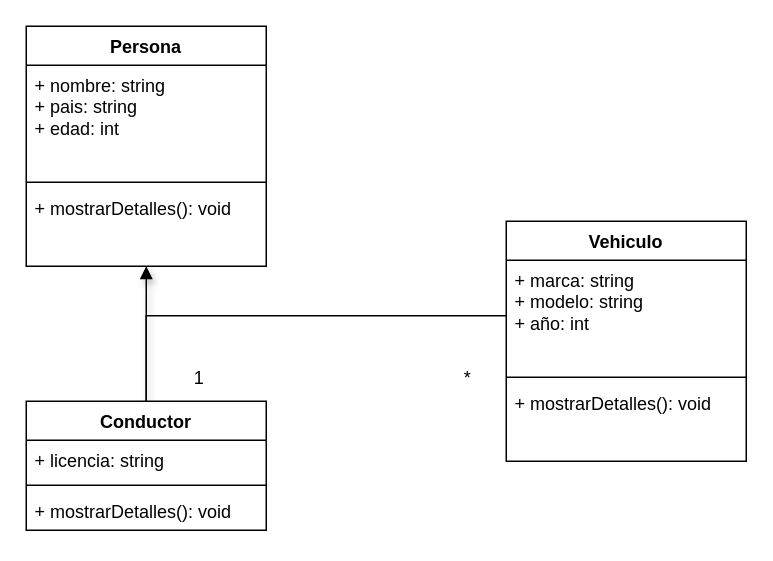
AC-Cucu/midu_react keeps this draw.io diagram as 3era_Eva/EntornosDesarrollo/UML/03_conductor/Conductor.drawio. Above is the earlier version. Source tidied: cells renumbered, new cells numbered last; positions are measured from the earlier drawing's top-left corner, leaving out a move shared by most shapes. Both pictures are drawn from the tidied source at 150%, with x=0, y=0 at pixel (26, 26).
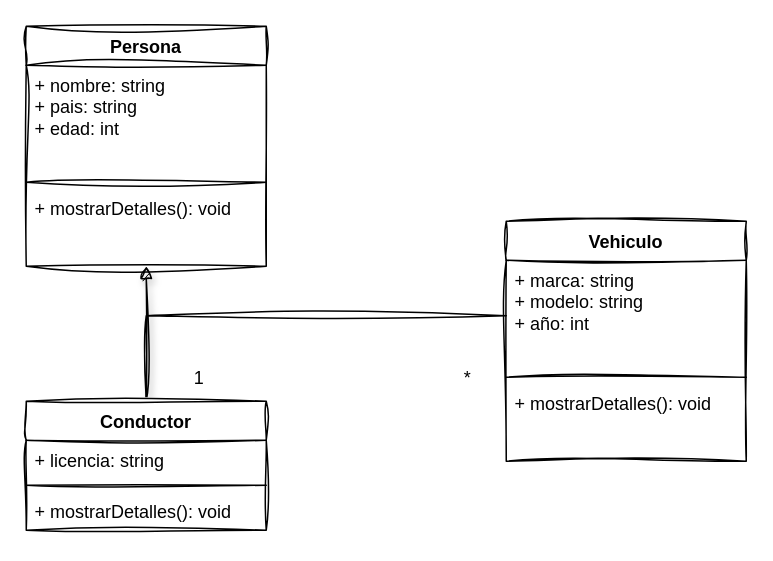
The same diagram, later.

Commit message (it also covers changes not shown here):
ED - UML - Representación en código del diagrama de clases;

What changed in the source:
```diff
@@
 <mxGraphModel>
   <root>
     <mxCell id="0" />
     <mxCell id="1" parent="0" />
-    <mxCell id="2" value="Persona" style="swimlane;fontStyle=1;align=center;verticalAlign=top;horizontal=1;startSize=26;whiteSpace=wrap;html=1;" parent="1" vertex="1">
+    <mxCell id="2" value="Persona" style="swimlane;fontStyle=1;align=center;verticalAlign=top;horizontal=1;startSize=26;whiteSpace=wrap;html=1;sketch=1;curveFitting=1;jiggle=2;" parent="1" vertex="1">
       <mxGeometry width="160" height="160" as="geometry" />
     </mxCell>
-    <mxCell id="3" value="+ nombre: string&lt;div&gt;+ pais: string&lt;/div&gt;&lt;div&gt;+ edad: int&lt;/div&gt;" style="text;strokeColor=none;fillColor=none;align=left;verticalAlign=top;spacingLeft=4;spacingRight=4;overflow=hidden;whiteSpace=wrap;html=1;" parent="2" vertex="1">
+    <mxCell id="3" value="+ nombre: string&lt;div&gt;+ pais: string&lt;/div&gt;&lt;div&gt;+ edad: int&lt;/div&gt;" style="text;strokeColor=none;fillColor=none;align=left;verticalAlign=top;spacingLeft=4;spacingRight=4;overflow=hidden;whiteSpace=wrap;html=1;sketch=1;curveFitting=1;jiggle=2;" parent="2" vertex="1">
       <mxGeometry y="26" width="160" height="74" as="geometry" />
     </mxCell>
-    <mxCell id="4" style="line;strokeWidth=1;fillColor=none;align=left;verticalAlign=middle;spacingTop=-1;spacingLeft=3;spacingRight=3;labelPosition=right;strokeColor=inherit;" parent="2" vertex="1">
+    <mxCell id="4" style="line;strokeWidth=1;fillColor=none;align=left;verticalAlign=middle;spacingTop=-1;spacingLeft=3;spacingRight=3;labelPosition=right;strokeColor=inherit;sketch=1;curveFitting=1;jiggle=2;" parent="2" vertex="1">
       <mxGeometry y="100" width="160" height="8" as="geometry" />
     </mxCell>
-    <mxCell id="5" value="+ mostrarDetalles(): void" style="text;strokeColor=none;fillColor=none;align=left;verticalAlign=top;spacingLeft=4;spacingRight=4;overflow=hidden;whiteSpace=wrap;html=1;" parent="2" vertex="1">
+    <mxCell id="5" value="+ mostrarDetalles(): void" style="text;strokeColor=none;fillColor=none;align=left;verticalAlign=top;spacingLeft=4;spacingRight=4;overflow=hidden;whiteSpace=wrap;html=1;sketch=1;curveFitting=1;jiggle=2;" parent="2" vertex="1">
       <mxGeometry y="108" width="160" height="52" as="geometry" />
     </mxCell>
-    <mxCell id="6" style="edgeStyle=orthogonalEdgeStyle;rounded=0;jettySize=auto;html=1;exitX=0.5;exitY=0;exitDx=0;exitDy=0;shadow=1;endArrow=block;endFill=1;" parent="1" edge="1" source="8" target="2">
+    <mxCell id="6" style="edgeStyle=orthogonalEdgeStyle;rounded=0;jettySize=auto;html=1;exitX=0.5;exitY=0;exitDx=0;exitDy=0;shadow=1;endArrow=block;endFill=1;sketch=1;curveFitting=1;jiggle=2;" parent="1" edge="1" source="8" target="2">
       <mxGeometry relative="1" as="geometry" />
     </mxCell>
-    <mxCell id="7" style="edgeStyle=orthogonalEdgeStyle;rounded=0;jettySize=auto;html=1;exitX=0.5;exitY=0;exitDx=0;exitDy=0;endArrow=none;startFill=0;" parent="1" edge="1" source="8" target="13">
+    <mxCell id="7" style="edgeStyle=orthogonalEdgeStyle;rounded=0;jettySize=auto;html=1;exitX=0.5;exitY=0;exitDx=0;exitDy=0;endArrow=none;startFill=0;sketch=1;curveFitting=1;jiggle=2;" parent="1" edge="1" source="8" target="13">
       <mxGeometry relative="1" as="geometry" />
     </mxCell>
-    <mxCell id="8" value="Conductor" style="swimlane;fontStyle=1;align=center;verticalAlign=top;horizontal=1;startSize=26;whiteSpace=wrap;html=1;" parent="1" vertex="1">
+    <mxCell id="8" value="Conductor" style="swimlane;fontStyle=1;align=center;verticalAlign=top;horizontal=1;startSize=26;whiteSpace=wrap;html=1;sketch=1;curveFitting=1;jiggle=2;" parent="1" vertex="1">
       <mxGeometry y="250" width="160" height="86" as="geometry" />
     </mxCell>
-    <mxCell id="9" value="+ licencia: string" style="text;strokeColor=none;fillColor=none;align=left;verticalAlign=top;spacingLeft=4;spacingRight=4;overflow=hidden;whiteSpace=wrap;html=1;" parent="8" vertex="1">
+    <mxCell id="9" value="+ licencia: string" style="text;strokeColor=none;fillColor=none;align=left;verticalAlign=top;spacingLeft=4;spacingRight=4;overflow=hidden;whiteSpace=wrap;html=1;sketch=1;curveFitting=1;jiggle=2;" parent="8" vertex="1">
       <mxGeometry y="26" width="160" height="26" as="geometry" />
     </mxCell>
-    <mxCell id="10" style="line;strokeWidth=1;fillColor=none;align=left;verticalAlign=middle;spacingTop=-1;spacingLeft=3;spacingRight=3;labelPosition=right;strokeColor=inherit;" parent="8" vertex="1">
+    <mxCell id="10" style="line;strokeWidth=1;fillColor=none;align=left;verticalAlign=middle;spacingTop=-1;spacingLeft=3;spacingRight=3;labelPosition=right;strokeColor=inherit;sketch=1;curveFitting=1;jiggle=2;" parent="8" vertex="1">
       <mxGeometry y="52" width="160" height="8" as="geometry" />
     </mxCell>
-    <mxCell id="11" value="+ mostrarDetalles(): void" style="text;strokeColor=none;fillColor=none;align=left;verticalAlign=top;spacingLeft=4;spacingRight=4;overflow=hidden;whiteSpace=wrap;html=1;" parent="8" vertex="1">
+    <mxCell id="11" value="+ mostrarDetalles(): void" style="text;strokeColor=none;fillColor=none;align=left;verticalAlign=top;spacingLeft=4;spacingRight=4;overflow=hidden;whiteSpace=wrap;html=1;sketch=1;curveFitting=1;jiggle=2;" parent="8" vertex="1">
       <mxGeometry y="60" width="160" height="26" as="geometry" />
     </mxCell>
-    <mxCell id="12" value="Vehiculo" style="swimlane;fontStyle=1;align=center;verticalAlign=top;horizontal=1;startSize=26;whiteSpace=wrap;html=1;" parent="1" vertex="1">
+    <mxCell id="12" value="Vehiculo" style="swimlane;fontStyle=1;align=center;verticalAlign=top;horizontal=1;startSize=26;whiteSpace=wrap;html=1;sketch=1;curveFitting=1;jiggle=2;" parent="1" vertex="1">
       <mxGeometry x="320" y="130" width="160" height="160" as="geometry" />
     </mxCell>
-    <mxCell id="13" value="+ marca: string&lt;div&gt;+ modelo: string&lt;/div&gt;&lt;div&gt;+ año: int&lt;/div&gt;" style="text;strokeColor=none;fillColor=none;align=left;verticalAlign=top;spacingLeft=4;spacingRight=4;overflow=hidden;points=[[0,0.5],[1,0.5]];portConstraint=eastwest;whiteSpace=wrap;html=1;" parent="12" vertex="1">
+    <mxCell id="13" value="+ marca: string&lt;div&gt;+ modelo: string&lt;/div&gt;&lt;div&gt;+ año: int&lt;/div&gt;" style="text;strokeColor=none;fillColor=none;align=left;verticalAlign=top;spacingLeft=4;spacingRight=4;overflow=hidden;points=[[0,0.5],[1,0.5]];portConstraint=eastwest;whiteSpace=wrap;html=1;sketch=1;curveFitting=1;jiggle=2;" parent="12" vertex="1">
       <mxGeometry y="26" width="160" height="74" as="geometry" />
     </mxCell>
-    <mxCell id="14" style="line;strokeWidth=1;fillColor=none;align=left;verticalAlign=middle;spacingTop=-1;spacingLeft=3;spacingRight=3;labelPosition=right;strokeColor=inherit;" parent="12" vertex="1">
+    <mxCell id="14" style="line;strokeWidth=1;fillColor=none;align=left;verticalAlign=middle;spacingTop=-1;spacingLeft=3;spacingRight=3;labelPosition=right;strokeColor=inherit;sketch=1;curveFitting=1;jiggle=2;" parent="12" vertex="1">
       <mxGeometry y="100" width="160" height="8" as="geometry" />
     </mxCell>
-    <mxCell id="15" value="+ mostrarDetalles(): void" style="text;strokeColor=none;fillColor=none;align=left;verticalAlign=top;spacingLeft=4;spacingRight=4;overflow=hidden;whiteSpace=wrap;html=1;" parent="12" vertex="1">
+    <mxCell id="15" value="+ mostrarDetalles(): void" style="text;strokeColor=none;fillColor=none;align=left;verticalAlign=top;spacingLeft=4;spacingRight=4;overflow=hidden;whiteSpace=wrap;html=1;sketch=1;curveFitting=1;jiggle=2;" parent="12" vertex="1">
       <mxGeometry y="108" width="160" height="52" as="geometry" />
     </mxCell>
-    <mxCell id="16" value="1" style="text;html=1;align=center;verticalAlign=middle;strokeColor=none;fillColor=none;" parent="1" vertex="1">
+    <mxCell id="16" value="1" style="text;html=1;align=center;verticalAlign=middle;strokeColor=none;fillColor=none;sketch=1;curveFitting=1;jiggle=2;" parent="1" vertex="1">
       <mxGeometry x="100" y="220" width="30" height="30" as="geometry" />
     </mxCell>
-    <mxCell id="17" value="*" style="text;html=1;align=center;verticalAlign=middle;strokeColor=none;fillColor=none;" parent="1" vertex="1">
+    <mxCell id="17" value="*" style="text;html=1;align=center;verticalAlign=middle;strokeColor=none;fillColor=none;sketch=1;curveFitting=1;jiggle=2;" parent="1" vertex="1">
       <mxGeometry x="279" y="220" width="30" height="30" as="geometry" />
     </mxCell>
   </root>
 </mxGraphModel>
```
